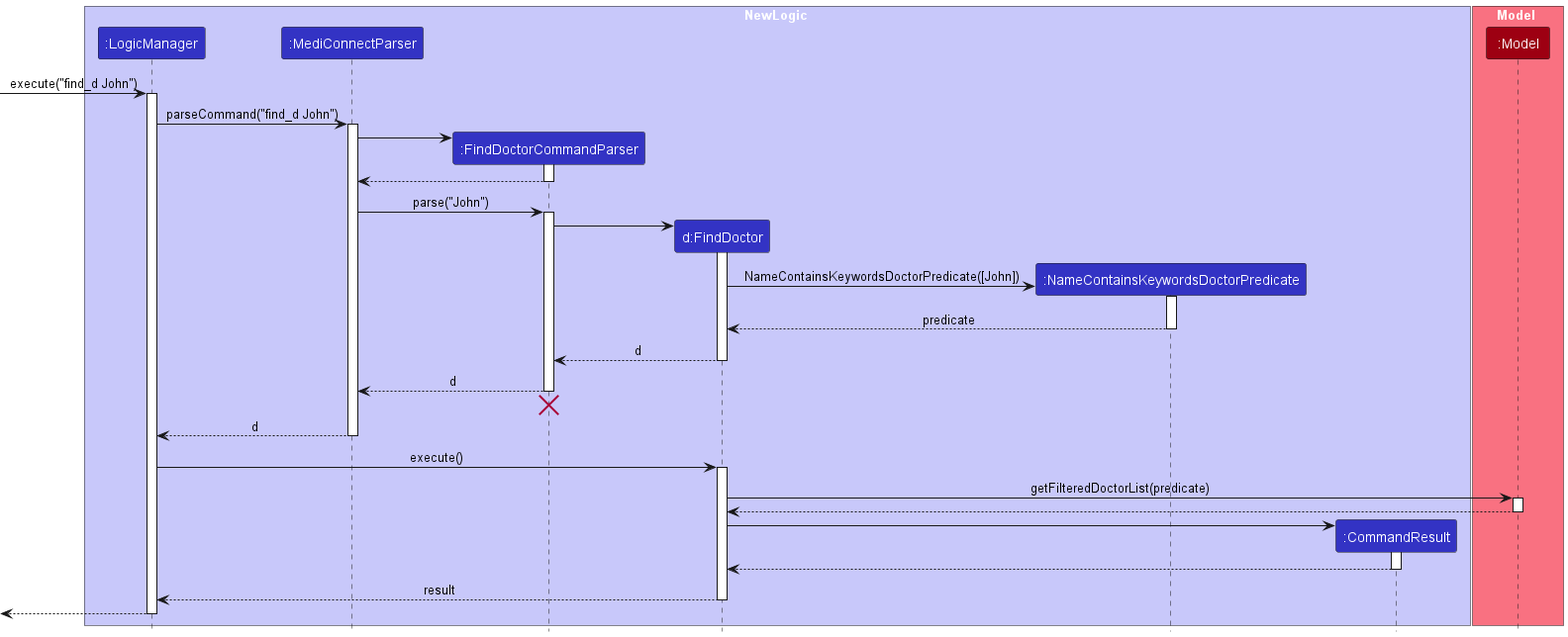
Earlier version of the PlantUML export docs/images/FindDoctorSequence.png (yanghengtang/tp). Source of this version:
```plantuml
@startuml
!include style.puml
skinparam ArrowFontStyle plain

box NewLogic LOGIC_COLOR_T1
participant ":LogicManager" as LogicManager LOGIC_COLOR
participant ":MediConnectParser" as MediConnectParser LOGIC_COLOR
participant ":FindDoctorCommandParser" as FindDoctorCommandParser LOGIC_COLOR
participant "d:FindDoctor" as FindDoctor LOGIC_COLOR
participant ":NameContainsKeywordsDoctorPredicate" as NameContainsKeywordsDoctorPredicate LOGIC_COLOR
participant ":CommandResult" as CommandResult LOGIC_COLOR
end box

box Model MODEL_COLOR_T1
participant ":Model" as Model MODEL_COLOR
end box

[-> LogicManager : execute("find_d John")
activate LogicManager

LogicManager -> MediConnectParser : parseCommand("find_d John")
activate MediConnectParser

create FindDoctorCommandParser
MediConnectParser -> FindDoctorCommandParser
activate FindDoctorCommandParser


FindDoctorCommandParser --> MediConnectParser
deactivate FindDoctorCommandParser

MediConnectParser -> FindDoctorCommandParser : parse("John")
activate FindDoctorCommandParser

create FindDoctor
FindDoctorCommandParser -> FindDoctor :
activate FindDoctor

create NameContainsKeywordsDoctorPredicate
FindDoctor -> NameContainsKeywordsDoctorPredicate : NameContainsKeywordsDoctorPredicate([John])
activate NameContainsKeywordsDoctorPredicate
NameContainsKeywordsDoctorPredicate --> FindDoctor : predicate
deactivate NameContainsKeywordsDoctorPredicate


FindDoctor --> FindDoctorCommandParser : d
deactivate FindDoctor

FindDoctorCommandParser --> MediConnectParser : d
deactivate FindDoctorCommandParser
FindDoctorCommandParser -[hidden]-> MediConnectParser
destroy FindDoctorCommandParser

MediConnectParser --> LogicManager : d
deactivate MediConnectParser

LogicManager -> FindDoctor : execute()
activate FindDoctor

FindDoctor -> Model : getFilteredDoctorList(predicate)
activate Model

Model --> FindDoctor
deactivate Model

create CommandResult
FindDoctor -> CommandResult
activate CommandResult

CommandResult --> FindDoctor
deactivate CommandResult

FindDoctor --> LogicManager : result
deactivate FindDoctor

[<--LogicManager
deactivate LogicManager
@enduml
```
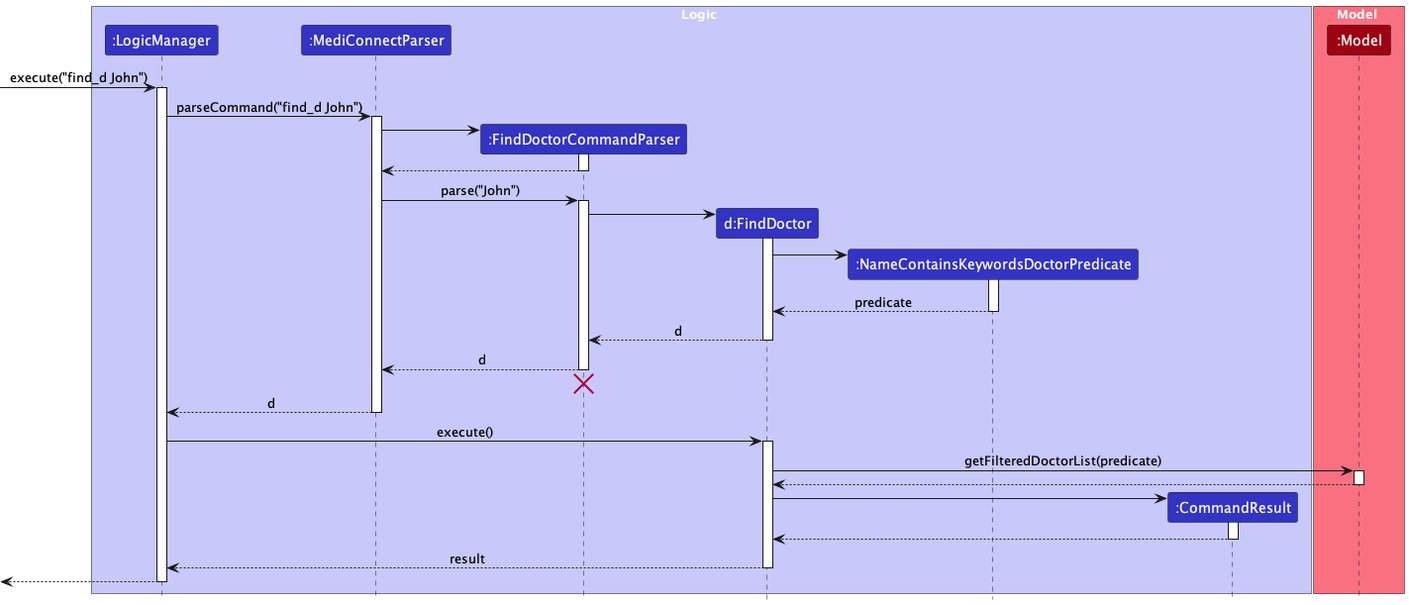
The same file after the commit.

What changed in the source:
```diff
@@ -2,7 +2,7 @@
 !include style.puml
 skinparam ArrowFontStyle plain
 
-box NewLogic LOGIC_COLOR_T1
+box Logic LOGIC_COLOR_T1
 participant ":LogicManager" as LogicManager LOGIC_COLOR
 participant ":MediConnectParser" as MediConnectParser LOGIC_COLOR
 participant ":FindDoctorCommandParser" as FindDoctorCommandParser LOGIC_COLOR
@@ -37,7 +37,7 @@
 activate FindDoctor
 
 create NameContainsKeywordsDoctorPredicate
-FindDoctor -> NameContainsKeywordsDoctorPredicate : NameContainsKeywordsDoctorPredicate([John])
+FindDoctor -> NameContainsKeywordsDoctorPredicate
 activate NameContainsKeywordsDoctorPredicate
 NameContainsKeywordsDoctorPredicate --> FindDoctor : predicate
 deactivate NameContainsKeywordsDoctorPredicate
```
